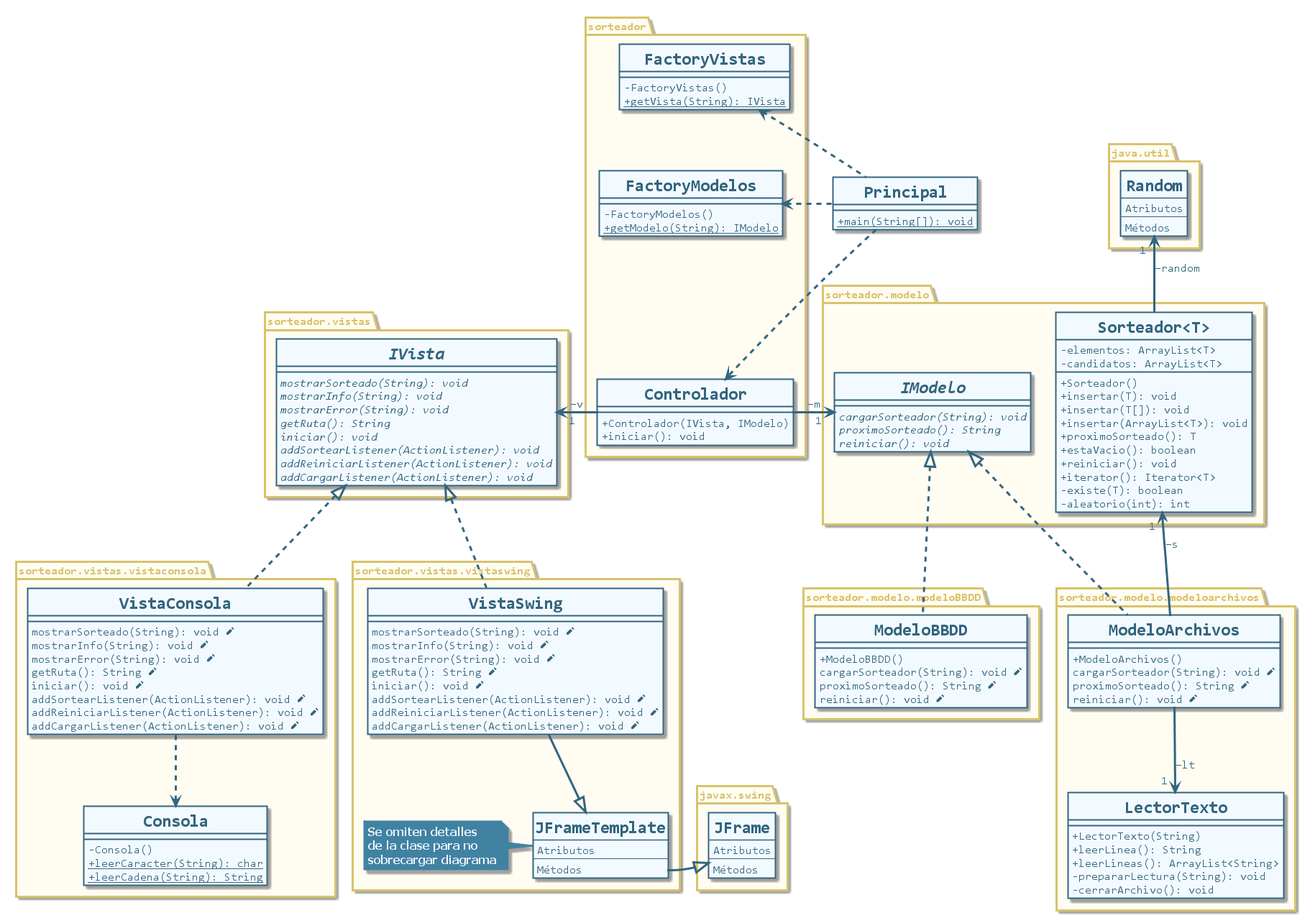
This is build/classes/sorteador/clases-sorteador-mvc-java.png from CharlyCimino/sorteador-mvc-java, a PlantUML export, as it was before one commit. Its diagram source:
```plantuml
@startuml clases-sorteador-mvc-java
skinparam BackgroundColor transparent
skinparam DefaultFontName Consolas
skinparam genericDisplay old

skinparam class {
    BackgroundColor #f2faff
    BorderColor #33657f
    FontColor #33657f
    FontStyle Bold
    FontSize 24
    BorderThickness 2
    AttributeIconSize 0
    AttributeFontColor #33657f
    AttributeFontSize 16
    AttributeFontStyle Regular
    StereotypeFontColor #33657f
    StereotypeFontSize 16
    StereotypeFontStyle Italic Bold
}

skinparam package {
    BackgroundColor #fffcf2
    BorderColor #d8c36c
    FontColor #d8c36c
    FontStyle Bold
	FontSize 16
    BorderThickness 3
}

skinparam note {
    BackgroundColor #4182a3
    BorderColor #4182a3
    BorderThickness 2
    FontColor #f2faff
    FontName Tahoma
    FontSize 16
    FontStyle Bold
}

skinparam arrow {
    Color #33657f
    Thickness 3
    FontColor #33657f
    FontSize 16
}

hide circle
class Principal {
    {static} + main(String[]): void
}

package sorteador {
	class Controlador {
		+Controlador(IVista, IModelo)
		+iniciar(): void
	}

	class FactoryModelos {
		-FactoryModelos()
		{static} +getModelo(String): IModelo
	}

	class FactoryVistas {
		-FactoryVistas()
		{static} +getVista(String): IVista
	}
}

package sorteador.modelo {
	class Sorteador<T> {
		-elementos: ArrayList<T>
		-candidatos: ArrayList<T>
		+Sorteador()
		+insertar(T): void
		+insertar(T[]): void
		+insertar(ArrayList<T>): void
		+proximoSorteado(): T
		+estaVacio(): boolean
		+reiniciar(): void
		+iterator(): Iterator<T>
		-existe(T): boolean
		-aleatorio(int): int
	}

	interface IModelo {
		{abstract} cargarSorteador(String): void
		{abstract} proximoSorteado(): String
		{abstract} reiniciar(): void
	}

}

package sorteador.modelo.modeloarchivos {
	class ModeloArchivos {
		+ModeloArchivos()
		cargarSorteador(String): void <&pencil>
		proximoSorteado(): String <&pencil>
		reiniciar(): void <&pencil>
	}

	class LectorTexto {
		+LectorTexto(String)
		+leerLinea(): String
		+leerLineas(): ArrayList<String>
		-prepararLectura(String): void
		-cerrarArchivo(): void
	}
}

package sorteador.modelo.modeloBBDD {
	class ModeloBBDD {
		+ModeloBBDD()
		cargarSorteador(String): void <&pencil>
		proximoSorteado(): String <&pencil>
		reiniciar(): void <&pencil>
	}
}

package sorteador.vistas {
	interface IVista {
		{abstract} mostrarSorteado(String): void
		{abstract} mostrarInfo(String): void
		{abstract} mostrarError(String): void
		{abstract} getRuta(): String
		{abstract} iniciar(): void
		{abstract} addSortearListener(ActionListener): void
		{abstract} addReiniciarListener(ActionListener): void
		{abstract} addCargarListener(ActionListener): void
	}
}

package sorteador.vistas.vistaconsola {
	class VistaConsola {
		mostrarSorteado(String): void <&pencil>
		mostrarInfo(String): void <&pencil>
		mostrarError(String): void <&pencil>
		getRuta(): String <&pencil>
		iniciar(): void <&pencil>
		addSortearListener(ActionListener): void <&pencil>
		addReiniciarListener(ActionListener): void <&pencil>
		addCargarListener(ActionListener): void <&pencil>
	}

	class Consola {
		-Consola()
		{static} +leerCaracter(String): char
		{static} +leerCadena(String): String
	}
}

package sorteador.vistas.vistaswing {

	note "Se omiten detalles\nde la clase para no\nsobrecargar diagrama" as notaJFT

	class VistaSwing {
		mostrarSorteado(String): void <&pencil>
		mostrarInfo(String): void <&pencil>
		mostrarError(String): void <&pencil>
		getRuta(): String <&pencil>
		iniciar(): void <&pencil>
		addSortearListener(ActionListener): void <&pencil>
		addReiniciarListener(ActionListener): void <&pencil>
		addCargarListener(ActionListener): void <&pencil>
	}

	class JFrameTemplate {
		Atributos
		--
		Métodos
	}


}

package javax.swing {
	class JFrame {
		Atributos
		--
		Métodos
	}
}

package java.util {
	class Random {
		Atributos
		--
		Métodos
	}
}

Principal ..> Controlador
Principal .up.> FactoryModelos
Principal .up.> FactoryVistas
VistaConsola .down.> Consola
VistaSwing --|> JFrameTemplate
JFrameTemplate -right-|> JFrame
VistaSwing .up.|> IVista
VistaConsola .up.|> IVista
ModeloArchivos .up.|> IModelo
ModeloBBDD .up.|> IModelo
Controlador -left-> " 1 " IVista : −v
Controlador -right-> " 1 " IModelo : −m
ModeloArchivos -down-> " 1 " LectorTexto: −lt
ModeloArchivos --> " 1 " Sorteador: −s
Sorteador -up-> " 1 " Random:  −random
ModeloBBDD -[hidden]> Sorteador
Controlador -up[hidden]-> FactoryModelos
FactoryModelos -up[hidden]-> FactoryVistas
JFrameTemplate -left- notaJFT
@enduml
```
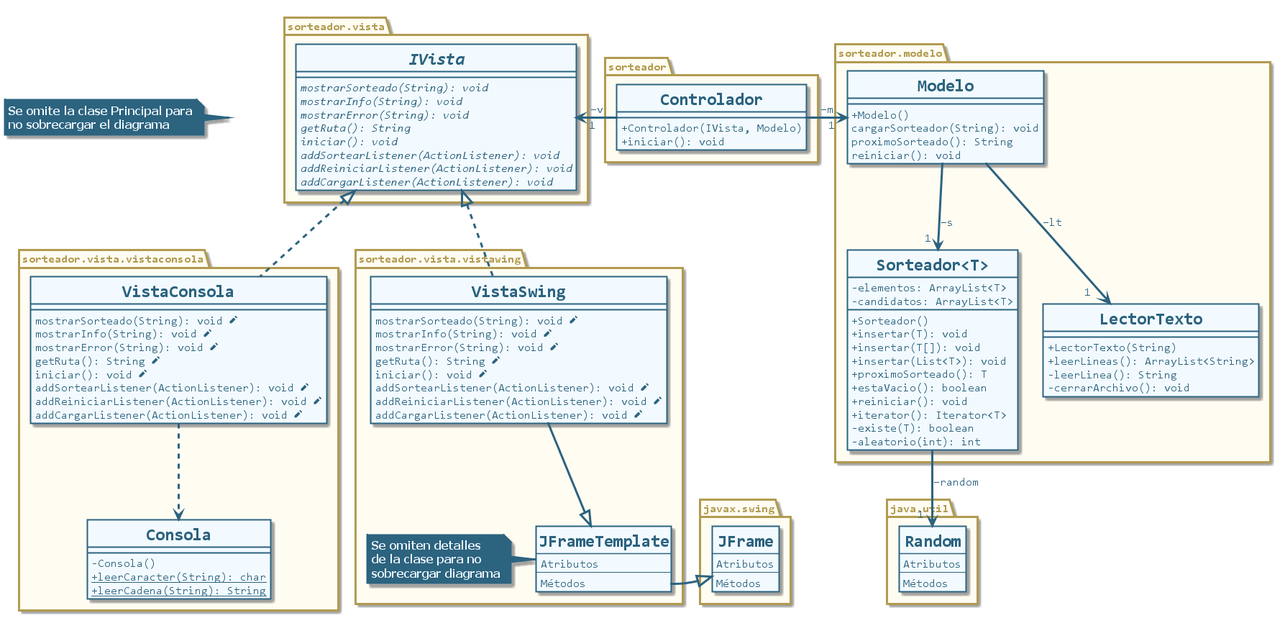
The same diagram one commit later.

Change to the diagram source:
```diff
@@ -5,32 +5,32 @@
 
 skinparam class {
     BackgroundColor #f2faff
-    BorderColor #33657f
-    FontColor #33657f
+    BorderColor #2c637f
+    FontColor #2c637f
     FontStyle Bold
     FontSize 24
     BorderThickness 2
     AttributeIconSize 0
-    AttributeFontColor #33657f
+    AttributeFontColor #2c637f
     AttributeFontSize 16
     AttributeFontStyle Regular
-    StereotypeFontColor #33657f
+    StereotypeFontColor #2c637f
     StereotypeFontSize 16
     StereotypeFontStyle Italic Bold
 }
 
 skinparam package {
     BackgroundColor #fffcf2
-    BorderColor #d8c36c
-    FontColor #d8c36c
+    BorderColor #b29b50
+    FontColor #b29b50
     FontStyle Bold
 	FontSize 16
     BorderThickness 3
 }
 
 skinparam note {
-    BackgroundColor #4182a3
-    BorderColor #4182a3
+    BackgroundColor #2c637f
+    BorderColor #2c637f
     BorderThickness 2
     FontColor #f2faff
     FontName Tahoma
@@ -39,31 +39,18 @@
 }
 
 skinparam arrow {
-    Color #33657f
+    Color #2c637f
     Thickness 3
-    FontColor #33657f
+    FontColor #2c637f
     FontSize 16
 }
 
 hide circle
-class Principal {
-    {static} + main(String[]): void
-}
 
 package sorteador {
 	class Controlador {
-		+Controlador(IVista, IModelo)
+		+Controlador(IVista, Modelo)
 		+iniciar(): void
-	}
-
-	class FactoryModelos {
-		-FactoryModelos()
-		{static} +getModelo(String): IModelo
-	}
-
-	class FactoryVistas {
-		-FactoryVistas()
-		{static} +getVista(String): IVista
 	}
 }
 
@@ -74,7 +61,7 @@
 		+Sorteador()
 		+insertar(T): void
 		+insertar(T[]): void
-		+insertar(ArrayList<T>): void
+		+insertar(List<T>): void
 		+proximoSorteado(): T
 		+estaVacio(): boolean
 		+reiniciar(): void
@@ -83,41 +70,22 @@
 		-aleatorio(int): int
 	}
 
-	interface IModelo {
-		{abstract} cargarSorteador(String): void
-		{abstract} proximoSorteado(): String
-		{abstract} reiniciar(): void
-	}
-
-}
-
-package sorteador.modelo.modeloarchivos {
-	class ModeloArchivos {
-		+ModeloArchivos()
-		cargarSorteador(String): void <&pencil>
-		proximoSorteado(): String <&pencil>
-		reiniciar(): void <&pencil>
+	class Modelo {
+		+Modelo()
+		cargarSorteador(String): void
+		proximoSorteado(): String
+		reiniciar(): void
 	}
 
 	class LectorTexto {
 		+LectorTexto(String)
-		+leerLinea(): String
 		+leerLineas(): ArrayList<String>
-		-prepararLectura(String): void
+		-leerLinea(): String
 		-cerrarArchivo(): void
 	}
 }
 
-package sorteador.modelo.modeloBBDD {
-	class ModeloBBDD {
-		+ModeloBBDD()
-		cargarSorteador(String): void <&pencil>
-		proximoSorteado(): String <&pencil>
-		reiniciar(): void <&pencil>
-	}
-}
-
-package sorteador.vistas {
+package sorteador.vista {
 	interface IVista {
 		{abstract} mostrarSorteado(String): void
 		{abstract} mostrarInfo(String): void
@@ -130,7 +98,7 @@
 	}
 }
 
-package sorteador.vistas.vistaconsola {
+package sorteador.vista.vistaconsola {
 	class VistaConsola {
 		mostrarSorteado(String): void <&pencil>
 		mostrarInfo(String): void <&pencil>
@@ -149,7 +117,7 @@
 	}
 }
 
-package sorteador.vistas.vistaswing {
+package sorteador.vista.vistawing {
 
 	note "Se omiten detalles\nde la clase para no\nsobrecargar diagrama" as notaJFT
 
@@ -189,23 +157,23 @@
 	}
 }
 
-Principal ..> Controlador
-Principal .up.> FactoryModelos
-Principal .up.> FactoryVistas
+class Nota {
+
+}
+
+note "Se omite la clase Principal para\nno sobrecargar el diagrama" as notaPrincipal
+
+hide Nota
+Nota -left- notaPrincipal
 VistaConsola .down.> Consola
 VistaSwing --|> JFrameTemplate
 JFrameTemplate -right-|> JFrame
 VistaSwing .up.|> IVista
 VistaConsola .up.|> IVista
-ModeloArchivos .up.|> IModelo
-ModeloBBDD .up.|> IModelo
 Controlador -left-> " 1 " IVista : −v
-Controlador -right-> " 1 " IModelo : −m
-ModeloArchivos -down-> " 1 " LectorTexto: −lt
-ModeloArchivos --> " 1 " Sorteador: −s
-Sorteador -up-> " 1 " Random:  −random
-ModeloBBDD -[hidden]> Sorteador
-Controlador -up[hidden]-> FactoryModelos
-FactoryModelos -up[hidden]-> FactoryVistas
+Controlador -right-> " 1 " Modelo : −m
+Modelo -down-> "  1  " LectorTexto: −lt
+Modelo -down-> " 1 " Sorteador: −s
+Sorteador --> " 1 " Random:  −random
 JFrameTemplate -left- notaJFT
 @enduml
```
